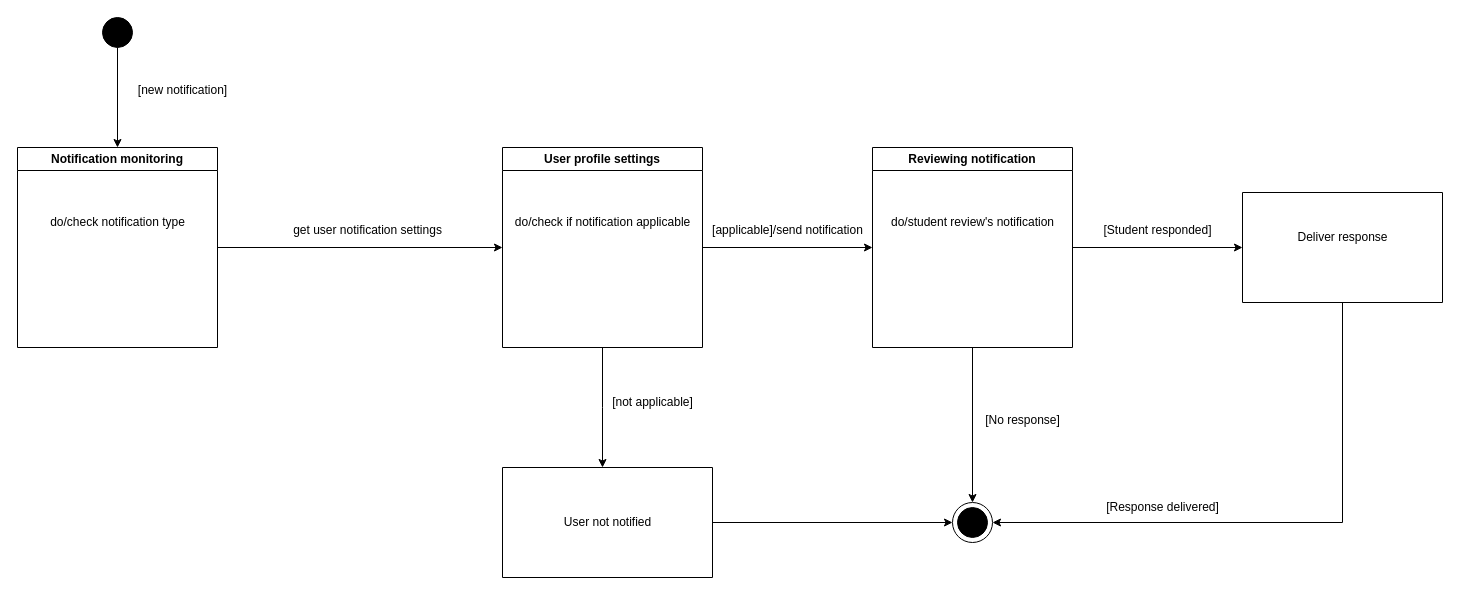
Earlier version of the draw.io diagram Documentation/Patterson/State Diagrams/SendingRelevantNotifications/SendingRelevantNotifications.drawio (anuksalgado/WebProject). Source tidied: cells renumbered, new cells numbered last; positions are measured from the earlier drawing's top-left corner, leaving out a move shared by most shapes. Both pictures are drawn from the tidied source at 100%, with x=0, y=0 at pixel (17, 17).
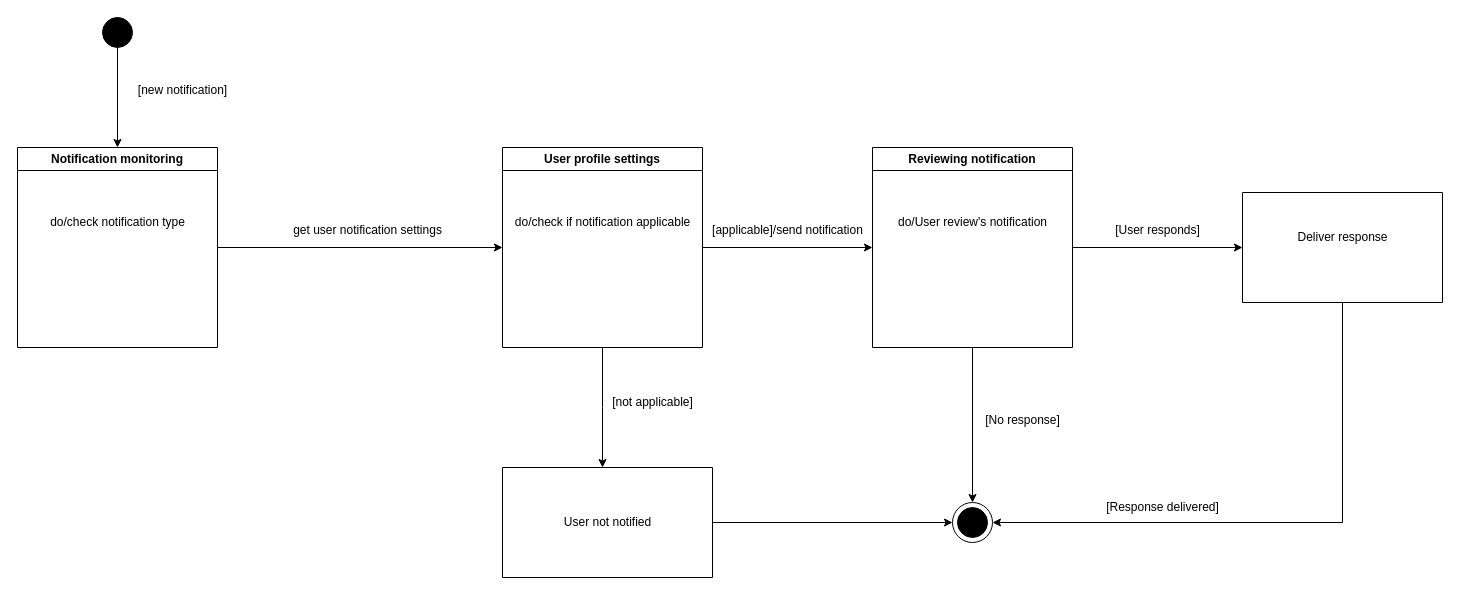
The same diagram, later.

Commit message (it also covers changes not shown here):
Updated a state diagram

Applied a change in Sending notifications state diagram

The change refers to these unchanged cells:
```xml
<mxCell id="19" value="Reviewing notification" style="swimlane;whiteSpace=wrap;html=1;" parent="1" vertex="1">
  <mxGeometry x="855" y="130" width="200" height="200" as="geometry" />
</mxCell>
```

The edit, as a diff of the source:
```diff
@@
-    <mxCell id="20" value="do/student review's notification" style="text;html=1;align=center;verticalAlign=middle;strokeColor=none;fillColor=none;" parent="19" vertex="1">
-      <mxGeometry x="5" y="60" width="190" height="30" as="geometry" />
+    <mxCell id="20" value="do/User review's notification" style="text;html=1;align=center;verticalAlign=middle;strokeColor=none;fillColor=none;" parent="19" vertex="1">
+      <mxGeometry x="15" y="60" width="170" height="30" as="geometry" />
     </mxCell>
@@
-    <mxCell id="28" value="[Student responded]" style="text;html=1;align=center;verticalAlign=middle;strokeColor=none;fillColor=none;" parent="1" vertex="1">
-      <mxGeometry x="1075" y="198" width="130" height="30" as="geometry" />
+    <mxCell id="28" value="[User responds]" style="text;html=1;align=center;verticalAlign=middle;strokeColor=none;fillColor=none;" parent="1" vertex="1">
+      <mxGeometry x="1085" y="198" width="110" height="30" as="geometry" />
     </mxCell>
```
